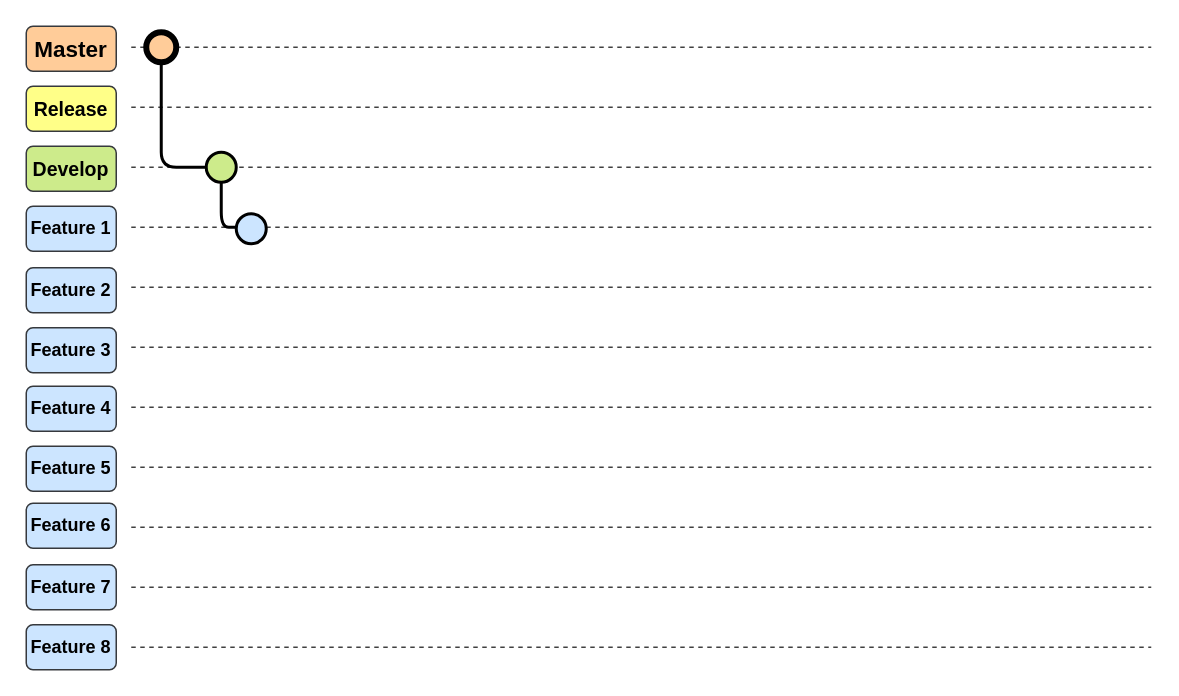
Before: page "GitFlow" (1 of 2) of 03_ImagenesRepo/01_GitFlow.drawio in LEOSZ8/Tesis_Msc_LSZ, a draw.io diagram. Source tidied: cells renumbered, new cells numbered last; positions are measured from the earlier drawing's top-left corner, leaving out a move shared by most shapes. Both pictures are drawn from the tidied source at 150%, with x=0, y=0 at pixel (26, 26).
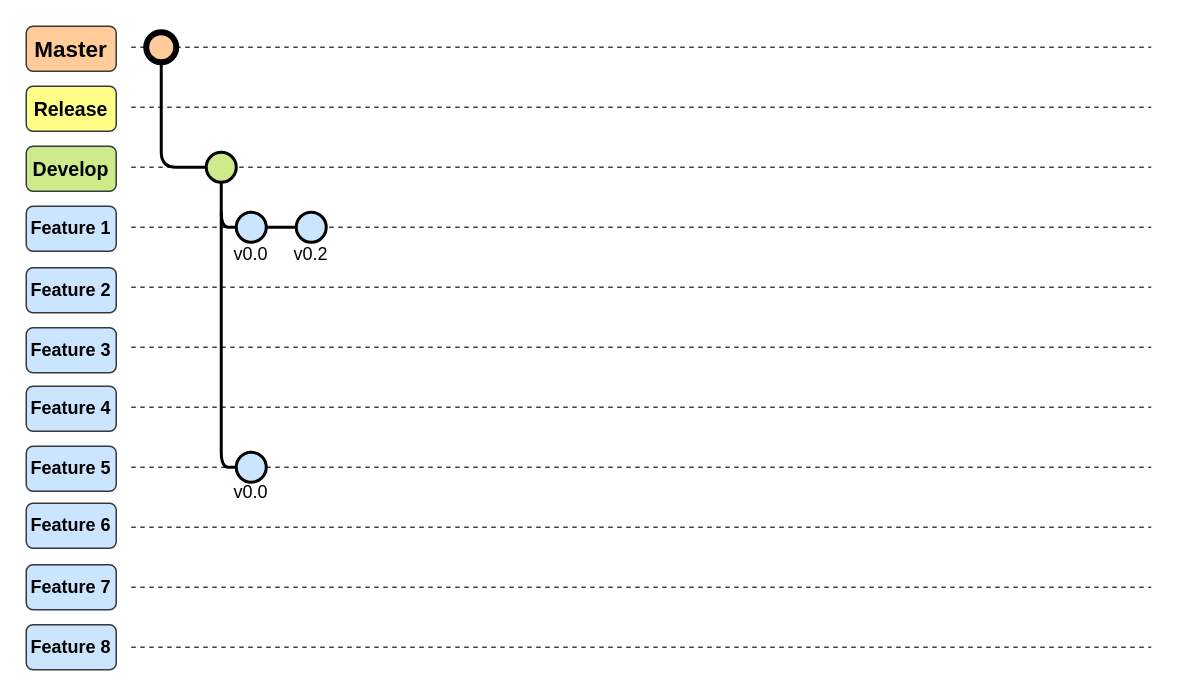
The same diagram, later.

The edit, as a diff of the source:
```diff
@@
+    <mxCell id="29" style="edgeStyle=orthogonalEdgeStyle;rounded=0;jettySize=auto;html=1;endArrow=none;startFill=0;strokeWidth=2;" parent="1" edge="1" source="28" target="32">
+      <mxGeometry relative="1" as="geometry" />
+    </mxCell>
     <mxCell id="28" style="ellipse;whiteSpace=wrap;html=1;fillColor=#cce5ff;strokeColor=#000000;strokeWidth=2;direction=north;" parent="1" vertex="1">
-      <mxGeometry x="140" y="125" width="20" height="20" as="geometry" />
+      <mxGeometry x="140" y="124" width="20" height="20" as="geometry" />
     </mxCell>
+    <mxCell id="30" style="ellipse;whiteSpace=wrap;html=1;fillColor=#cce5ff;strokeColor=#000000;strokeWidth=2;direction=north;" parent="1" vertex="1">
+      <mxGeometry x="140" y="284" width="20" height="20" as="geometry" />
+    </mxCell>
+    <mxCell id="31" style="edgeStyle=orthogonalEdgeStyle;rounded=1;orthogonalLoop=1;jettySize=auto;html=1;strokeWidth=2;curved=0;endArrow=none;startFill=0;" parent="1" edge="1">
+      <mxGeometry relative="1" as="geometry">
+        <mxPoint x="130" y="124" as="sourcePoint" />
+        <mxPoint x="140" y="294" as="targetPoint" />
+        <Array as="points">
+          <mxPoint x="130" y="294" />
+        </Array>
+      </mxGeometry>
+    </mxCell>
+    <mxCell id="32" style="ellipse;whiteSpace=wrap;html=1;fillColor=#cce5ff;strokeColor=#000000;strokeWidth=2;direction=north;" parent="1" vertex="1">
+      <mxGeometry x="180" y="124" width="20" height="20" as="geometry" />
+    </mxCell>
+    <mxCell id="33" value="v0.0" style="text;html=1;align=center;verticalAlign=middle;whiteSpace=wrap;rounded=0;" parent="1" vertex="1">
+      <mxGeometry x="135" y="147" width="30" height="10" as="geometry" />
+    </mxCell>
+    <mxCell id="34" value="v0.2" style="text;html=1;align=center;verticalAlign=middle;whiteSpace=wrap;rounded=0;" parent="1" vertex="1">
+      <mxGeometry x="175" y="147" width="30" height="10" as="geometry" />
+    </mxCell>
+    <mxCell id="35" value="v0.0" style="text;html=1;align=center;verticalAlign=middle;whiteSpace=wrap;rounded=0;" parent="1" vertex="1">
+      <mxGeometry x="135" y="306" width="30" height="10" as="geometry" />
+    </mxCell>
```
